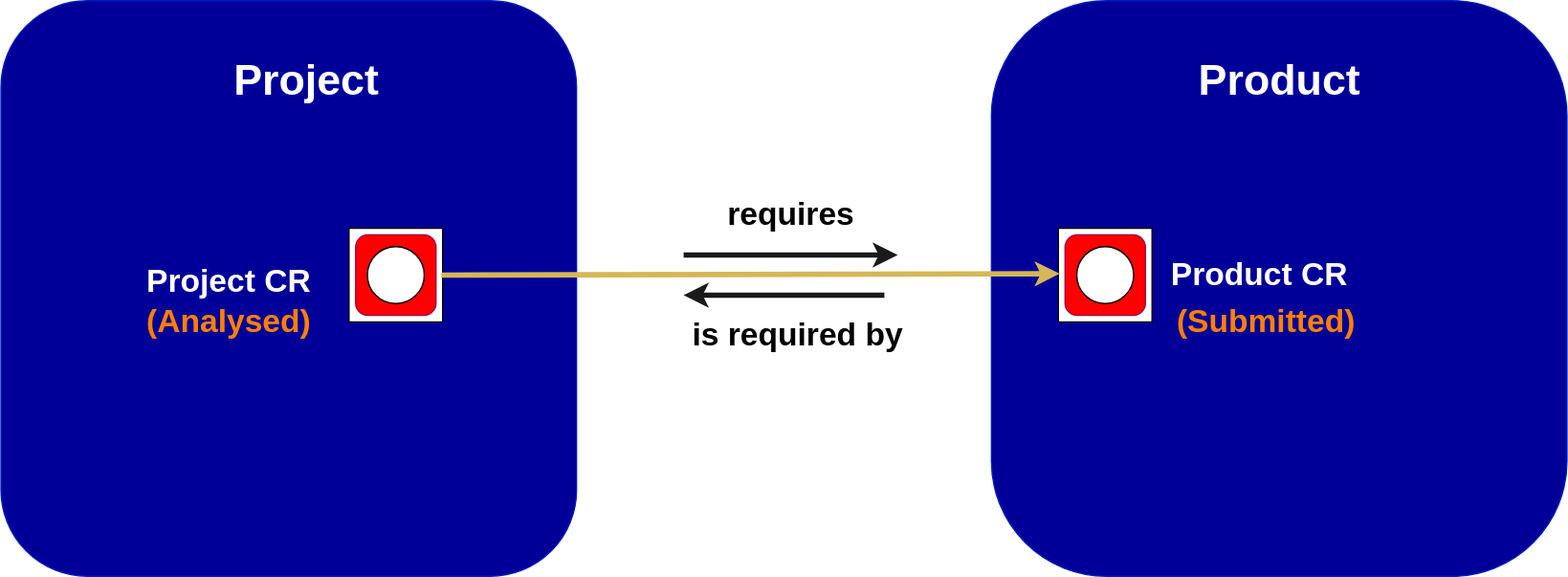
Earlier version of the draw.io export EasySyncManualProduct0.svg (alaindelanay/drawings). Source tidied: cells renumbered, new cells last; positions are measured from the earlier drawing's top-left corner, leaving out a move shared by most shapes. Its diagram source:
```xml
<mxGraphModel background="#FFFFFF">
  <root>
    <mxCell id="0" />
    <mxCell id="1" parent="0" />
    <mxCell id="2" style="whiteSpace=wrap;html=1;rounded=1;fillColor=#000099;strokeColor=#001DBC;fontColor=#ffffff;" parent="1" vertex="1">
      <mxGeometry width="430" height="430" as="geometry" />
    </mxCell>
    <mxCell id="3" style="whiteSpace=wrap;html=1;rounded=1;fillColor=#000099;strokeColor=#001DBC;fontColor=#ffffff;arcSize=20;" parent="1" vertex="1">
      <mxGeometry x="740" width="430" height="430" as="geometry" />
    </mxCell>
    <mxCell id="4" value="&lt;font style=&quot;font-size: 32px;&quot; color=&quot;#ffffff&quot;&gt;Project&lt;/font&gt;" style="text;strokeColor=none;fillColor=none;html=1;fontSize=24;fontStyle=1;verticalAlign=middle;align=center;" parent="1" vertex="1">
      <mxGeometry x="165" y="30" width="125" height="60" as="geometry" />
    </mxCell>
    <mxCell id="5" value="&lt;font style=&quot;font-size: 32px;&quot; color=&quot;#ffffff&quot;&gt;Product&lt;/font&gt;" style="text;strokeColor=none;fillColor=none;html=1;fontSize=24;fontStyle=1;verticalAlign=middle;align=center;" parent="1" vertex="1">
      <mxGeometry x="892.5" y="30" width="125" height="60" as="geometry" />
    </mxCell>
    <mxCell id="6" style="group;" parent="1" vertex="1">
      <mxGeometry x="260" y="170" width="70" height="70" as="geometry" />
    </mxCell>
    <mxCell id="7" style="whiteSpace=wrap;html=1;fillColor=#FFFFFF;" parent="6" vertex="1">
      <mxGeometry width="70" height="70" as="geometry" />
    </mxCell>
    <mxCell id="8" style="rounded=1;whiteSpace=wrap;html=1;fillColor=#FF0000;fontColor=#ffffff;strokeColor=#A50040;" parent="6" vertex="1">
      <mxGeometry x="5" y="5" width="60" height="60" as="geometry" />
    </mxCell>
    <mxCell id="9" style="ellipse;whiteSpace=wrap;html=1;" parent="6" vertex="1">
      <mxGeometry x="533.8" y="3.8" width="42.5" height="42.5" as="geometry" />
    </mxCell>
    <mxCell id="10" style="ellipse;whiteSpace=wrap;html=1;" parent="6" vertex="1">
      <mxGeometry x="13.8" y="13.8" width="42.5" height="42.5" as="geometry" />
    </mxCell>
    <mxCell id="11" style="group;" parent="1" vertex="1">
      <mxGeometry x="790" y="170" width="70" height="70" as="geometry" />
    </mxCell>
    <mxCell id="12" style="whiteSpace=wrap;html=1;fillColor=#FFFFFF;" parent="11" vertex="1">
      <mxGeometry width="70" height="70" as="geometry" />
    </mxCell>
    <mxCell id="13" style="rounded=1;whiteSpace=wrap;html=1;fillColor=#FF0000;fontColor=#ffffff;strokeColor=#A50040;" parent="11" vertex="1">
      <mxGeometry x="5" y="5" width="60" height="60" as="geometry" />
    </mxCell>
    <mxCell id="14" style="ellipse;whiteSpace=wrap;html=1;" parent="11" vertex="1">
      <mxGeometry x="13.8" y="13.8" width="42.5" height="42.5" as="geometry" />
    </mxCell>
    <mxCell id="15" style="endArrow=classic;html=1;rounded=0;exitX=0.986;exitY=0.5;exitDx=0;exitDy=0;exitPerimeter=0;entryX=-0.067;entryY=0.483;entryDx=0;entryDy=0;entryPerimeter=0;endFill=1;strokeWidth=4;fillColor=#fff2cc;gradientColor=#ffd966;strokeColor=#d6b656;" parent="1" edge="1" source="7" target="13">
      <mxGeometry relative="1" as="geometry" />
    </mxCell>
    <mxCell id="16" style="endArrow=classic;html=1;rounded=0;endFill=1;strokeWidth=4;fillColor=#fff2cc;gradientColor=#ffd966;strokeColor=#1A1A1A;" parent="1" edge="1">
      <mxGeometry relative="1" as="geometry">
        <mxPoint x="510" y="190" as="sourcePoint" />
        <mxPoint x="670" y="190" as="targetPoint" />
      </mxGeometry>
    </mxCell>
    <mxCell id="17" style="endArrow=classic;html=1;rounded=0;endFill=1;strokeWidth=4;fillColor=#fff2cc;gradientColor=#ffd966;strokeColor=#1A1A1A;" parent="1" edge="1">
      <mxGeometry relative="1" as="geometry">
        <mxPoint x="660" y="220" as="sourcePoint" />
        <mxPoint x="510" y="220" as="targetPoint" />
      </mxGeometry>
    </mxCell>
    <mxCell id="18" value="requires" style="text;strokeColor=none;fillColor=none;html=1;fontSize=24;fontStyle=1;verticalAlign=middle;align=center;" parent="1" vertex="1">
      <mxGeometry x="540" y="140" width="100" height="40" as="geometry" />
    </mxCell>
    <mxCell id="19" value="is required by" style="text;strokeColor=none;fillColor=none;html=1;fontSize=24;fontStyle=1;verticalAlign=middle;align=center;" parent="1" vertex="1">
      <mxGeometry x="510" y="230" width="170" height="40" as="geometry" />
    </mxCell>
    <mxCell id="20" value="&lt;font style=&quot;font-size: 24px;&quot; color=&quot;#ffffff&quot;&gt;Project CR&lt;/font&gt;" style="text;strokeColor=none;fillColor=none;html=1;fontSize=24;fontStyle=1;verticalAlign=middle;align=center;" parent="1" vertex="1">
      <mxGeometry x="95" y="190" width="150" height="40" as="geometry" />
    </mxCell>
    <mxCell id="21" value="&lt;font style=&quot;font-size: 24px;&quot; color=&quot;#ffffff&quot;&gt;Product CR&lt;/font&gt;" style="text;strokeColor=none;fillColor=none;html=1;fontSize=24;fontStyle=1;verticalAlign=middle;align=center;" parent="1" vertex="1">
      <mxGeometry x="860" y="175" width="160" height="60" as="geometry" />
    </mxCell>
    <mxCell id="22" value="&lt;font color=&quot;#ff8000&quot;&gt;(Analysed)&lt;/font&gt;" style="text;strokeColor=none;fillColor=none;html=1;fontSize=24;fontStyle=1;verticalAlign=middle;align=center;" parent="1" vertex="1">
      <mxGeometry x="100" y="220" width="140" height="40" as="geometry" />
    </mxCell>
    <mxCell id="23" value="&lt;font color=&quot;#ff8000&quot;&gt;(Submitted)&lt;/font&gt;" style="text;strokeColor=none;fillColor=none;html=1;fontSize=24;fontStyle=1;verticalAlign=middle;align=center;" parent="1" vertex="1">
      <mxGeometry x="870" y="220" width="150" height="40" as="geometry" />
    </mxCell>
  </root>
</mxGraphModel>
```
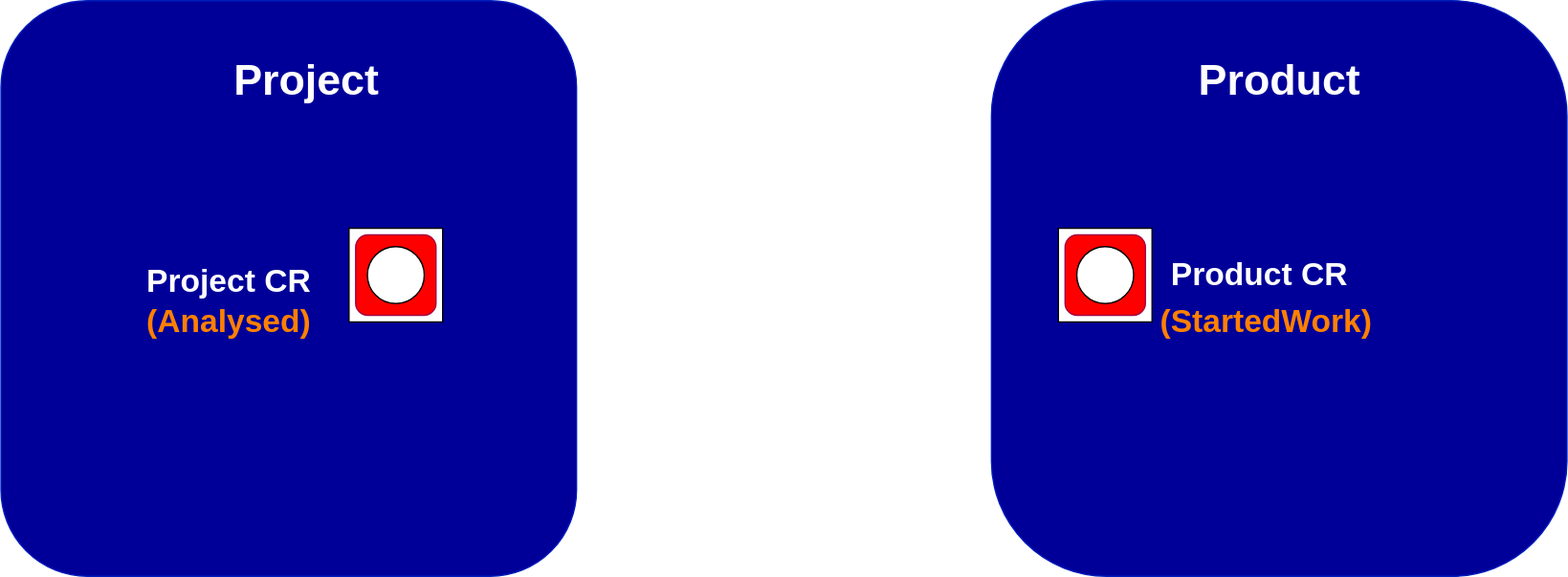
After the change.

Commit message:
Mettre à jour EasySyncManualProduct0.svg

The edit, as a diff of the source:
```diff
@@ -41,27 +41,6 @@
     <mxCell id="14" style="ellipse;whiteSpace=wrap;html=1;" parent="11" vertex="1">
       <mxGeometry x="13.8" y="13.8" width="42.5" height="42.5" as="geometry" />
     </mxCell>
-    <mxCell id="15" style="endArrow=classic;html=1;rounded=0;exitX=0.986;exitY=0.5;exitDx=0;exitDy=0;exitPerimeter=0;entryX=-0.067;entryY=0.483;entryDx=0;entryDy=0;entryPerimeter=0;endFill=1;strokeWidth=4;fillColor=#fff2cc;gradientColor=#ffd966;strokeColor=#d6b656;" parent="1" edge="1" source="7" target="13">
-      <mxGeometry relative="1" as="geometry" />
-    </mxCell>
-    <mxCell id="16" style="endArrow=classic;html=1;rounded=0;endFill=1;strokeWidth=4;fillColor=#fff2cc;gradientColor=#ffd966;strokeColor=#1A1A1A;" parent="1" edge="1">
-      <mxGeometry relative="1" as="geometry">
-        <mxPoint x="510" y="190" as="sourcePoint" />
-        <mxPoint x="670" y="190" as="targetPoint" />
-      </mxGeometry>
-    </mxCell>
-    <mxCell id="17" style="endArrow=classic;html=1;rounded=0;endFill=1;strokeWidth=4;fillColor=#fff2cc;gradientColor=#ffd966;strokeColor=#1A1A1A;" parent="1" edge="1">
-      <mxGeometry relative="1" as="geometry">
-        <mxPoint x="660" y="220" as="sourcePoint" />
-        <mxPoint x="510" y="220" as="targetPoint" />
-      </mxGeometry>
-    </mxCell>
-    <mxCell id="18" value="requires" style="text;strokeColor=none;fillColor=none;html=1;fontSize=24;fontStyle=1;verticalAlign=middle;align=center;" parent="1" vertex="1">
-      <mxGeometry x="540" y="140" width="100" height="40" as="geometry" />
-    </mxCell>
-    <mxCell id="19" value="is required by" style="text;strokeColor=none;fillColor=none;html=1;fontSize=24;fontStyle=1;verticalAlign=middle;align=center;" parent="1" vertex="1">
-      <mxGeometry x="510" y="230" width="170" height="40" as="geometry" />
-    </mxCell>
     <mxCell id="20" value="&lt;font style=&quot;font-size: 24px;&quot; color=&quot;#ffffff&quot;&gt;Project CR&lt;/font&gt;" style="text;strokeColor=none;fillColor=none;html=1;fontSize=24;fontStyle=1;verticalAlign=middle;align=center;" parent="1" vertex="1">
       <mxGeometry x="95" y="190" width="150" height="40" as="geometry" />
     </mxCell>
@@ -71,7 +50,7 @@
     <mxCell id="22" value="&lt;font color=&quot;#ff8000&quot;&gt;(Analysed)&lt;/font&gt;" style="text;strokeColor=none;fillColor=none;html=1;fontSize=24;fontStyle=1;verticalAlign=middle;align=center;" parent="1" vertex="1">
       <mxGeometry x="100" y="220" width="140" height="40" as="geometry" />
     </mxCell>
-    <mxCell id="23" value="&lt;font color=&quot;#ff8000&quot;&gt;(Submitted)&lt;/font&gt;" style="text;strokeColor=none;fillColor=none;html=1;fontSize=24;fontStyle=1;verticalAlign=middle;align=center;" parent="1" vertex="1">
+    <mxCell id="23" value="&lt;font color=&quot;#ff8000&quot;&gt;(StartedWork)&lt;/font&gt;" style="text;strokeColor=none;fillColor=none;html=1;fontSize=24;fontStyle=1;verticalAlign=middle;align=center;" parent="1" vertex="1">
       <mxGeometry x="870" y="220" width="150" height="40" as="geometry" />
     </mxCell>
   </root>
```
